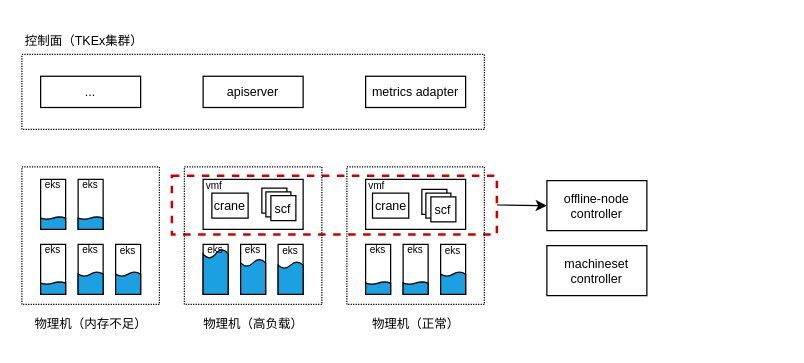
Earlier version of the draw.io diagram vmf.drawio (payall4u/draw.io). Source tidied: cells renumbered, new cells numbered last; positions are measured from the earlier drawing's top-left corner, leaving out a move shared by most shapes. Both pictures are drawn from the tidied source at 125%, with x=0, y=0 at pixel (21, 21).
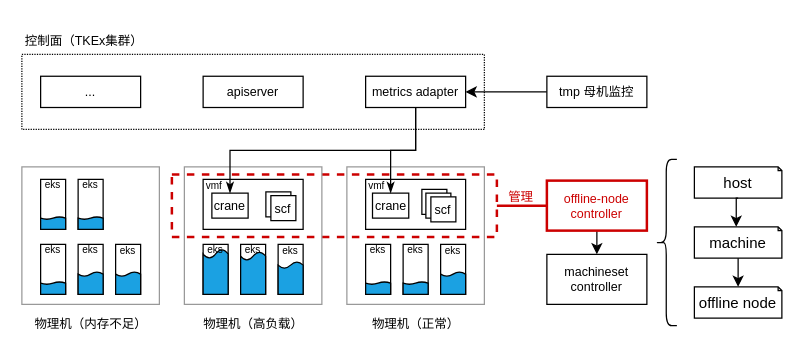
The same page after the edit.

Unchanged cells that the change refers to:
```xml
<mxCell id="43" value="crane" style="rounded=0;whiteSpace=wrap;html=1;fontSize=10;" parent="1" vertex="1">
  <mxGeometry x="152" y="137" width="29" height="20" as="geometry" />
</mxCell>
<mxCell id="50" value="crane" style="rounded=0;whiteSpace=wrap;html=1;fontSize=10;" parent="1" vertex="1">
  <mxGeometry x="280.5" y="137" width="29" height="20" as="geometry" />
</mxCell>
<mxCell id="55" value="metrics adapter" style="whiteSpace=wrap;html=1;fontSize=10;" parent="1" vertex="1">
  <mxGeometry x="275" y="43.5" width="80" height="25" as="geometry" />
</mxCell>
```

The edit, as a diff of the source:
```diff
@@
     <mxCell id="2" style="rounded=0;whiteSpace=wrap;html=1;fillColor=none;strokeColor=#CC0000;dashed=1;strokeWidth=2;" parent="1" vertex="1">
-      <mxGeometry x="120" y="123" width="260" height="47" as="geometry" />
+      <mxGeometry x="120" y="122" width="260" height="50" as="geometry" />
     </mxCell>
-    <mxCell id="3" style="rounded=0;whiteSpace=wrap;html=1;dashed=1;dashPattern=1 1;fillColor=none;" parent="1" vertex="1">
+    <mxCell id="3" style="rounded=0;whiteSpace=wrap;html=1;fillColor=none;strokeWidth=1;strokeColor=#999999;" parent="1" vertex="1">
       <mxGeometry x="260" y="116" width="110" height="110" as="geometry" />
     </mxCell>
@@
-    <mxCell id="17" style="rounded=0;whiteSpace=wrap;html=1;dashed=1;dashPattern=1 1;fillColor=none;" parent="1" vertex="1">
+    <mxCell id="17" style="rounded=0;whiteSpace=wrap;html=1;fillColor=none;strokeWidth=1;strokeColor=#999999;" parent="1" vertex="1">
       <mxGeometry x="130" y="116" width="110" height="110" as="geometry" />
     </mxCell>
@@
     <mxCell id="21" style="shape=document;whiteSpace=wrap;html=1;boundedLbl=1;rotation=-180;fillColor=#1ba1e2;fontColor=#ffffff;strokeColor=#000000;size=0.2;" parent="1" vertex="1">
-      <mxGeometry x="175" y="190" width="20" height="28" as="geometry" />
+      <mxGeometry x="175" y="184" width="20" height="34" as="geometry" />
     </mxCell>
@@
-    <mxCell id="29" style="rounded=0;whiteSpace=wrap;html=1;dashed=1;dashPattern=1 1;" parent="1" vertex="1">
+    <mxCell id="29" style="rounded=0;whiteSpace=wrap;html=1;strokeWidth=1;strokeColor=#999999;" parent="1" vertex="1">
       <mxGeometry y="116" width="110" height="110" as="geometry" />
     </mxCell>
@@
-    <mxCell id="44" style="rounded=0;whiteSpace=wrap;html=1;fontSize=10;" parent="1" vertex="1">
-      <mxGeometry x="192" y="133" width="20" height="20" as="geometry" />
-    </mxCell>
@@
+    <mxCell id="62" style="edgeStyle=orthogonalEdgeStyle;rounded=0;jettySize=auto;html=1;exitX=1;exitY=0.5;exitDx=0;exitDy=0;entryX=0;entryY=0.5;entryDx=0;entryDy=0;startArrow=classic;startFill=1;endArrow=none;endFill=0;" parent="1" edge="1" source="55" target="66">
+      <mxGeometry relative="1" as="geometry" />
+    </mxCell>
+    <mxCell id="63" style="edgeStyle=orthogonalEdgeStyle;rounded=0;jettySize=auto;html=1;exitX=0.5;exitY=1;exitDx=0;exitDy=0;endArrow=classicThin;endFill=1;" parent="1" edge="1" source="55" target="50">
+      <mxGeometry relative="1" as="geometry" />
+    </mxCell>
+    <mxCell id="64" style="edgeStyle=orthogonalEdgeStyle;rounded=0;jettySize=auto;html=1;exitX=0.5;exitY=1;exitDx=0;exitDy=0;entryX=0.5;entryY=0;entryDx=0;entryDy=0;endArrow=classicThin;endFill=1;" parent="1" edge="1" source="55" target="43">
+      <mxGeometry relative="1" as="geometry" />
+    </mxCell>
@@
+    <mxCell id="65" style="edgeStyle=orthogonalEdgeStyle;rounded=0;jettySize=auto;html=1;exitX=0.5;exitY=1;exitDx=0;exitDy=0;entryX=0.5;entryY=0;entryDx=0;entryDy=0;" parent="1" edge="1" source="57" target="58">
+      <mxGeometry relative="1" as="geometry" />
+    </mxCell>
-    <mxCell id="57" value="offline-node&lt;br&gt;controller" style="whiteSpace=wrap;html=1;fontSize=10;" parent="1" vertex="1">
+    <mxCell id="57" value="offline-node&lt;br&gt;controller" style="whiteSpace=wrap;html=1;fontSize=10;strokeColor=#CC0000;strokeWidth=2;fontColor=#CC0000;" parent="1" vertex="1">
       <mxGeometry x="420" y="127" width="80" height="40" as="geometry" />
     </mxCell>
     <mxCell id="58" value="machineset&lt;br&gt;controller" style="whiteSpace=wrap;html=1;fontSize=10;" parent="1" vertex="1">
-      <mxGeometry x="420" y="179" width="80" height="40" as="geometry" />
+      <mxGeometry x="420" y="186" width="80" height="40" as="geometry" />
     </mxCell>
-    <mxCell id="59" style="rounded=0;jettySize=auto;html=1;exitX=1;exitY=0.5;exitDx=0;exitDy=0;entryX=0;entryY=0.5;entryDx=0;entryDy=0;" parent="1" edge="1" source="2" target="57">
+    <mxCell id="59" style="rounded=0;jettySize=auto;html=1;exitX=1;exitY=0.5;exitDx=0;exitDy=0;entryX=0;entryY=0.5;entryDx=0;entryDy=0;endArrow=none;endFill=0;strokeWidth=2;strokeColor=#CC0000;" parent="1" edge="1" source="2" target="57">
       <mxGeometry relative="1" as="geometry" />
     </mxCell>
@@
+    <mxCell id="66" value="tmp 母机监控" style="whiteSpace=wrap;html=1;fontSize=10;" parent="1" vertex="1">
+      <mxGeometry x="420" y="43.5" width="80" height="25" as="geometry" />
+    </mxCell>
+    <mxCell id="67" value="管理" style="text;html=1;align=center;verticalAlign=middle;strokeColor=none;fillColor=none;fontSize=10;fontColor=#CC0000;" parent="1" vertex="1">
+      <mxGeometry x="380" y="128" width="38" height="24" as="geometry" />
+    </mxCell>
+    <mxCell id="68" style="shape=curlyBracket;whiteSpace=wrap;html=1;rounded=1;labelPosition=left;verticalLabelPosition=middle;align=right;verticalAlign=middle;" parent="1" vertex="1">
+      <mxGeometry x="507" y="110" width="17" height="133" as="geometry" />
+    </mxCell>
+    <mxCell id="69" value="host" style="shape=note;whiteSpace=wrap;html=1;backgroundOutline=1;darkOpacity=0.05;size=3;" parent="1" vertex="1">
+      <mxGeometry x="538" y="116" width="70" height="25" as="geometry" />
+    </mxCell>
+    <mxCell id="70" value="machine" style="shape=note;whiteSpace=wrap;html=1;backgroundOutline=1;darkOpacity=0.05;size=3;" parent="1" vertex="1">
+      <mxGeometry x="538" y="164" width="70" height="25" as="geometry" />
+    </mxCell>
+    <mxCell id="71" value="offline node" style="shape=note;whiteSpace=wrap;html=1;backgroundOutline=1;darkOpacity=0.05;size=3;" parent="1" vertex="1">
+      <mxGeometry x="538" y="212" width="70" height="25" as="geometry" />
+    </mxCell>
+    <mxCell id="72" style="edgeStyle=orthogonalEdgeStyle;rounded=0;jettySize=auto;html=1;exitX=0.5;exitY=1;exitDx=0;exitDy=0;exitPerimeter=0;entryX=0;entryY=0;entryDx=33.5;entryDy=0;entryPerimeter=0;" parent="1" edge="1" source="69" target="70">
+      <mxGeometry relative="1" as="geometry" />
+    </mxCell>
+    <mxCell id="73" style="edgeStyle=orthogonalEdgeStyle;rounded=0;jettySize=auto;html=1;exitX=0.5;exitY=1;exitDx=0;exitDy=0;exitPerimeter=0;entryX=0.5;entryY=0;entryDx=0;entryDy=0;entryPerimeter=0;" parent="1" edge="1" source="70" target="71">
+      <mxGeometry relative="1" as="geometry" />
+    </mxCell>
```
